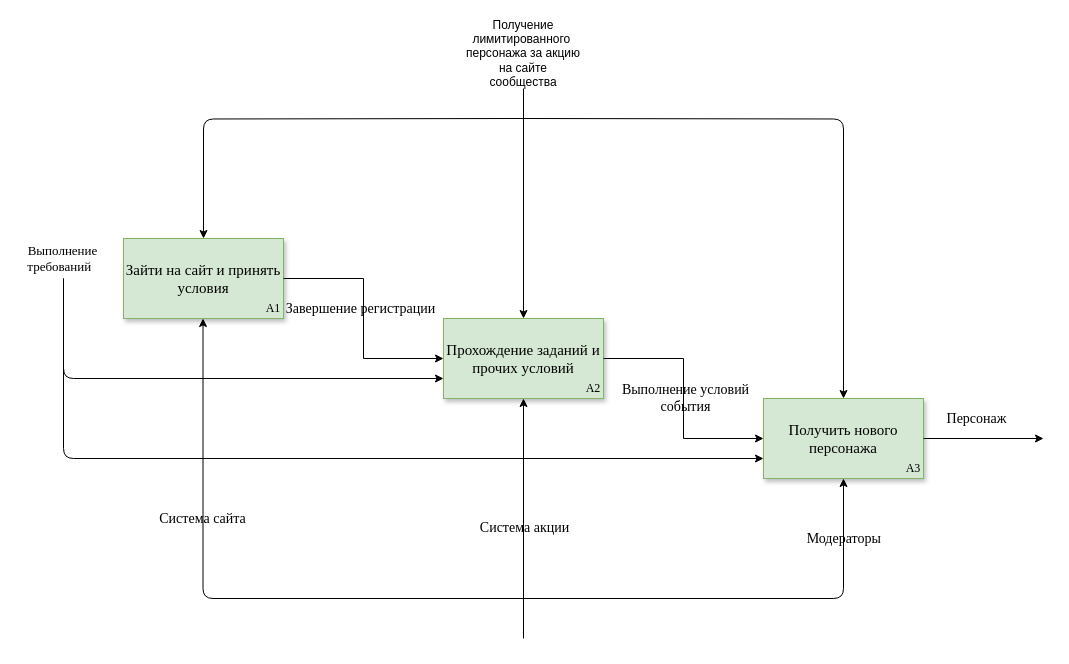
Koloda2/IDEF-diagrams keeps this draw.io diagram as IDEF пользовательская.drawio. Above is the earlier version. Source tidied: cells renumbered, new cells numbered last; positions are measured from the earlier drawing's top-left corner, leaving out a move shared by most shapes. Both pictures are drawn from the tidied source at 100%, with x=0, y=0 at pixel (17, 38).
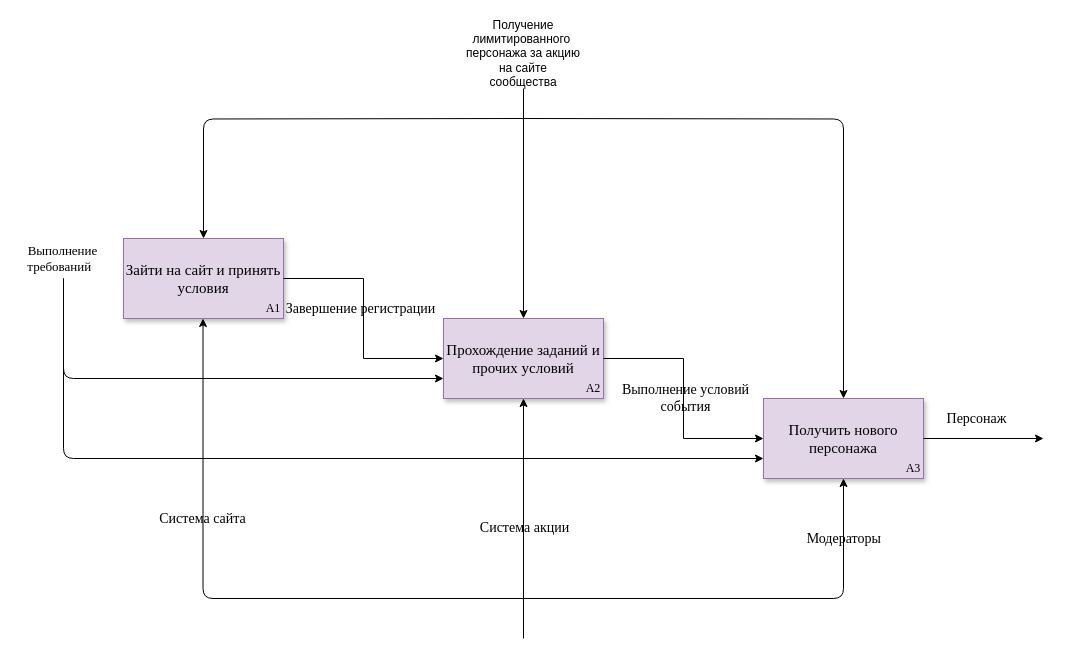
Above is the later version.

Diff of the diagram source:
```diff
@@
-    <mxCell id="2" value="Зайти на сайт и принять условия" style="rounded=0;whiteSpace=wrap;html=1;labelBackgroundColor=none;fontFamily=Times New Roman;fontSize=15;fillColor=#d5e8d4;strokeColor=#82b366;sketch=0;shadow=1;" parent="1" vertex="1">
+    <mxCell id="2" value="Зайти на сайт и принять условия" style="rounded=0;whiteSpace=wrap;html=1;labelBackgroundColor=none;fontFamily=Times New Roman;fontSize=15;fillColor=#e1d5e7;strokeColor=#9673a6;sketch=0;shadow=1;" parent="1" vertex="1">
       <mxGeometry x="106" y="200" width="160" height="80" as="geometry" />
     </mxCell>
-    <mxCell id="3" value="Прохождение заданий и прочих условий" style="rounded=0;whiteSpace=wrap;html=1;labelBackgroundColor=none;fontFamily=Times New Roman;fontSize=15;fillColor=#d5e8d4;strokeColor=#82b366;sketch=0;shadow=1;" parent="1" vertex="1">
+    <mxCell id="3" value="Прохождение заданий и прочих условий" style="rounded=0;whiteSpace=wrap;html=1;labelBackgroundColor=none;fontFamily=Times New Roman;fontSize=15;fillColor=#e1d5e7;strokeColor=#9673a6;sketch=0;shadow=1;" parent="1" vertex="1">
       <mxGeometry x="426" y="280" width="160" height="80" as="geometry" />
     </mxCell>
-    <mxCell id="4" value="Получить нового персонажа" style="rounded=0;whiteSpace=wrap;html=1;labelBackgroundColor=none;fontFamily=Times New Roman;fontSize=15;fillColor=#d5e8d4;strokeColor=#82b366;sketch=0;shadow=1;" parent="1" vertex="1">
+    <mxCell id="4" value="Получить нового персонажа" style="rounded=0;whiteSpace=wrap;html=1;labelBackgroundColor=none;fontFamily=Times New Roman;fontSize=15;fillColor=#e1d5e7;strokeColor=#9673a6;sketch=0;shadow=1;" parent="1" vertex="1">
       <mxGeometry x="746" y="360" width="160" height="80" as="geometry" />
     </mxCell>
```
